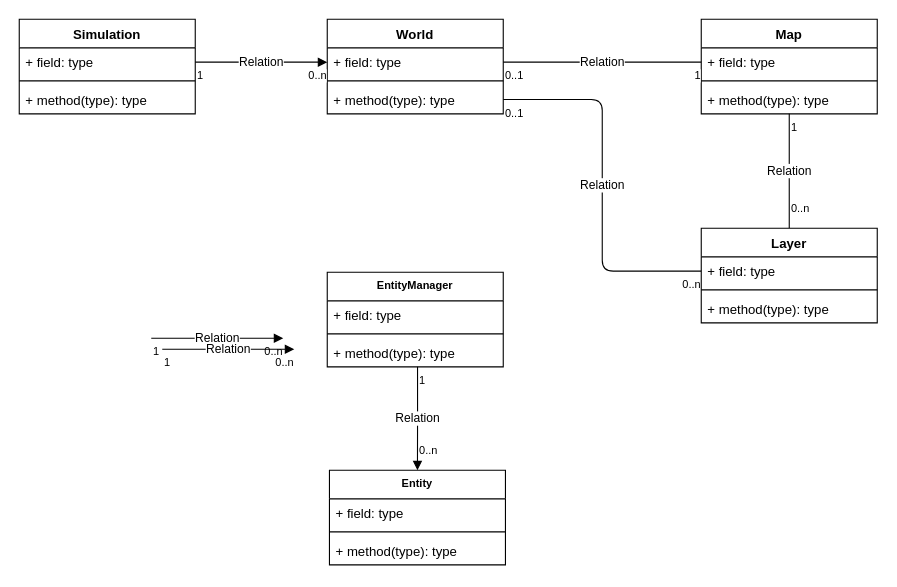
This is doc/World_Diagram.drawio from josephgarnier/fast-sim-design, a draw.io file, before an edit. Source tidied: cells renumbered, new cells numbered last; positions are measured from the earlier drawing's top-left corner, leaving out a move shared by most shapes. Both pictures are drawn from the tidied source at 110%, with x=0, y=0 at pixel (19, 19).
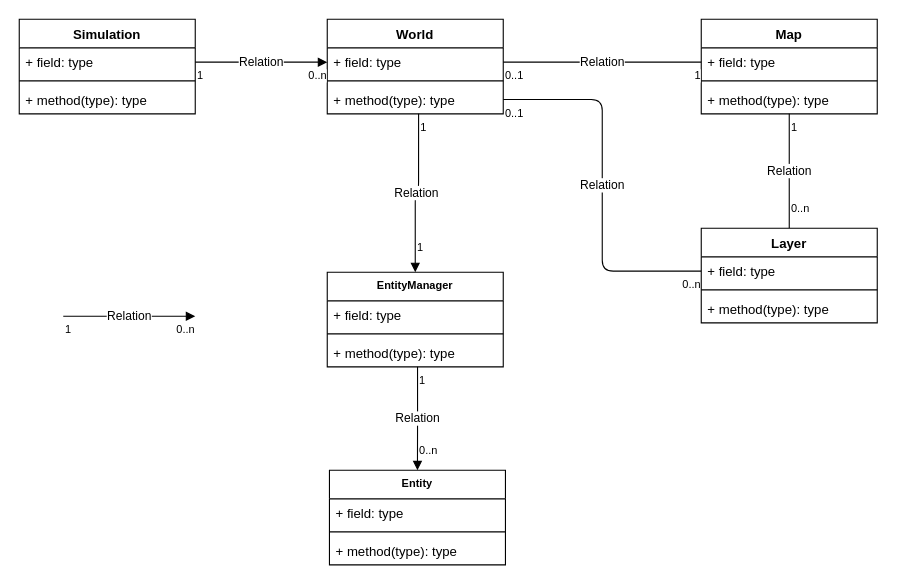
Above is the later version.

The change refers to these unchanged cells:
```xml
<mxCell id="9" value="+ method(type): type" style="text;strokeColor=none;fillColor=none;align=left;verticalAlign=top;spacingLeft=4;spacingRight=4;overflow=hidden;points=[[0,0.5],[1,0.5]];portConstraint=eastwest;" parent="6" vertex="1">
  <mxGeometry y="60" width="160" height="26" as="geometry" />
</mxCell>
<mxCell id="39" value="EntityManager" style="swimlane;fontStyle=1;align=center;verticalAlign=top;horizontal=1;startSize=26;fontSize=10;" parent="1" vertex="1">
  <mxGeometry x="280" y="230" width="160" height="86" as="geometry" />
</mxCell>
```

Diff of the diagram source:
```diff
@@
-    <mxCell id="20" value="Relation" style="endArrow=block;html=1;endSize=6;startArrow=none;startSize=6;startFill=0;edgeStyle=orthogonalEdgeStyle;endFill=1;exitX=1;exitY=0.5;exitDx=0;exitDy=0;entryX=0;entryY=0.5;entryDx=0;entryDy=0;" parent="1" edge="1">
-      <mxGeometry relative="1" as="geometry">
-        <mxPoint x="120" y="290" as="sourcePoint" />
-        <mxPoint x="240" y="290" as="targetPoint" />
-      </mxGeometry>
+    <mxCell id="20" value="Relation" style="endArrow=block;html=1;endSize=6;startArrow=none;startSize=6;startFill=0;edgeStyle=orthogonalEdgeStyle;endFill=1;entryX=0.5;entryY=0;entryDx=0;entryDy=0;exitX=0.519;exitY=1;exitDx=0;exitDy=0;exitPerimeter=0;" parent="1" edge="1" source="9" target="39">
+      <mxGeometry relative="1" as="geometry" />
     </mxCell>
@@
-    <mxCell id="22" value="0..n" style="html=1;align=right;verticalAlign=top;labelBackgroundColor=#ffffff;fontSize=10;" parent="20" vertex="1">
-      <mxGeometry x="1" relative="1" as="geometry" />
+    <mxCell id="22" value="1" style="html=1;align=left;verticalAlign=top;labelBackgroundColor=#ffffff;fontSize=10;" parent="20" vertex="1">
+      <mxGeometry x="1" relative="1" as="geometry">
+        <mxPoint y="-35" as="offset" />
+      </mxGeometry>
     </mxCell>
     <mxCell id="23" value="Relation" style="endArrow=block;html=1;endSize=6;startArrow=none;startSize=6;startFill=0;edgeStyle=orthogonalEdgeStyle;endFill=1;exitX=1;exitY=0.5;exitDx=0;exitDy=0;entryX=0;entryY=0.5;entryDx=0;entryDy=0;" parent="1" edge="1">
       <mxGeometry relative="1" as="geometry">
-        <mxPoint x="130" y="300" as="sourcePoint" />
-        <mxPoint x="250" y="300" as="targetPoint" />
+        <mxPoint x="40" y="270" as="sourcePoint" />
+        <mxPoint x="160" y="270" as="targetPoint" />
       </mxGeometry>
     </mxCell>
```
